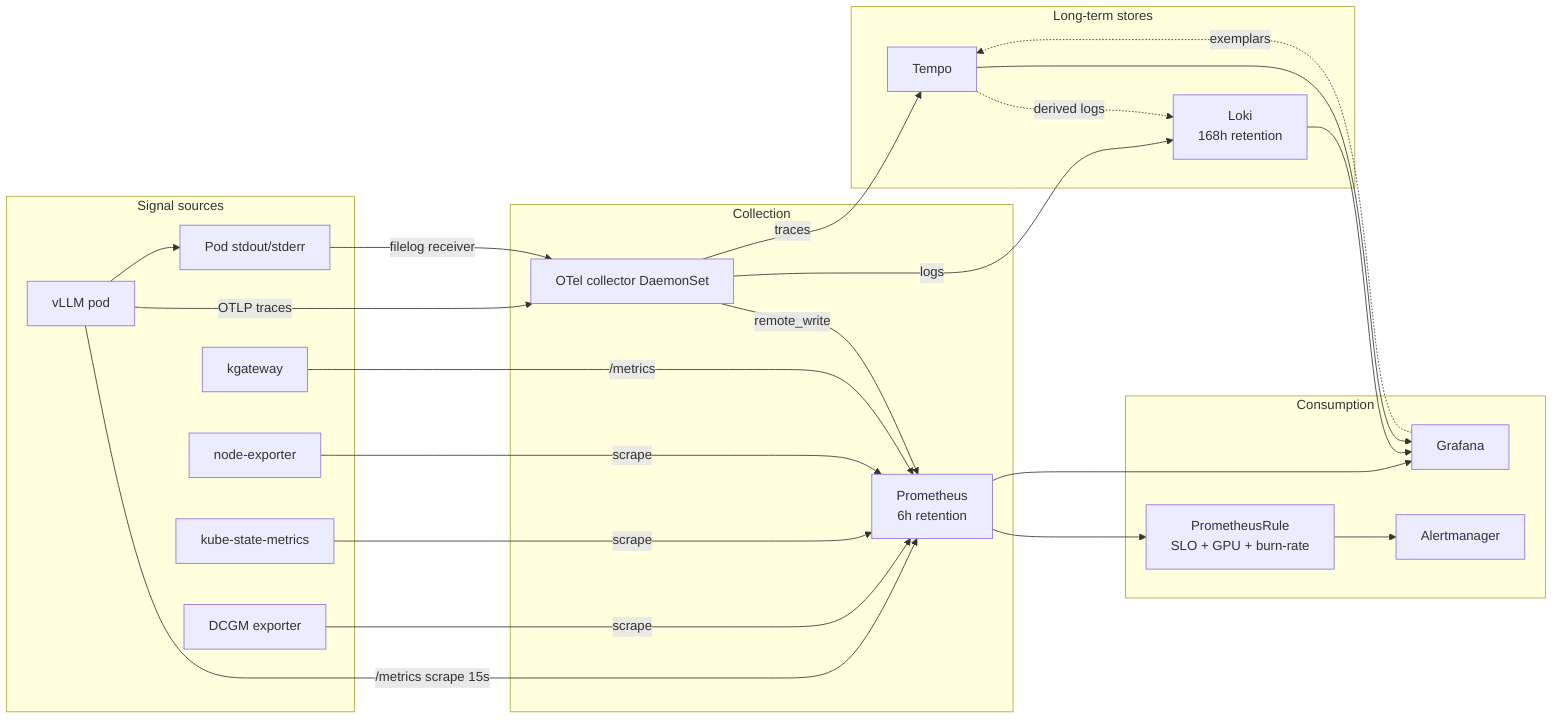
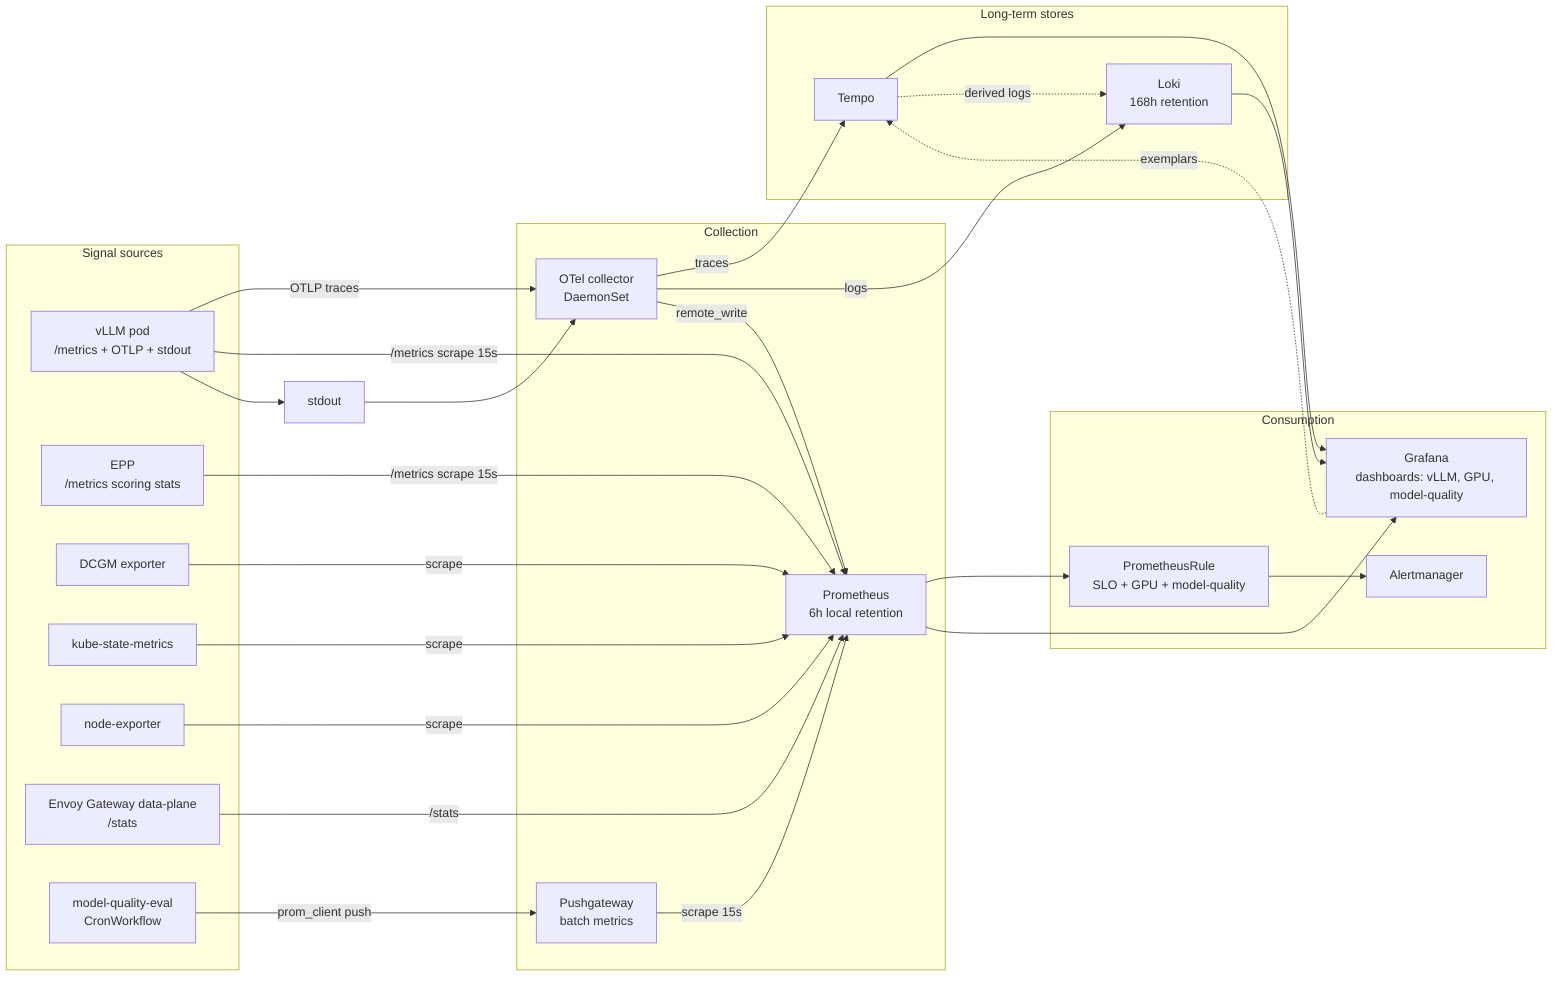
flowchart LR
  subgraph sources[Signal sources]
-     vllm[vLLM pod]
+     vllm[vLLM pod<br/>/metrics + OTLP + stdout]
+     epp[EPP<br/>/metrics scoring stats]
    dcgm[DCGM exporter]
    ksm[kube-state-metrics]
    ne[node-exporter]
-     kgw[kgateway]
-     stdout[Pod stdout/stderr]
+     egdp[Envoy Gateway data-plane<br/>/stats]
+     eval[model-quality-eval<br/>CronWorkflow]
  end

  subgraph collect[Collection]
-     otel[OTel collector DaemonSet]
-     prom[Prometheus<br/>6h retention]
+     otel[OTel collector<br/>DaemonSet]
+     pushgw[Pushgateway<br/>batch metrics]
+     prom[Prometheus<br/>6h local retention]
  end

  subgraph store[Long-term stores]
    loki[Loki<br/>168h retention]
    tempo[Tempo]
  end

  subgraph consume[Consumption]
-     graf[Grafana]
+     graf[Grafana<br/>dashboards: vLLM, GPU, model-quality]
    am[Alertmanager]
-     rules[PrometheusRule<br/>SLO + GPU + burn-rate]
+     rules[PrometheusRule<br/>SLO + GPU + model-quality]
  end

  vllm -->|OTLP traces| otel
  vllm -->|/metrics scrape 15s| prom
-   vllm --> stdout
+   vllm --> stdout[stdout] --> otel
+   epp -->|/metrics scrape 15s| prom
  dcgm -->|scrape| prom
  ksm -->|scrape| prom
  ne -->|scrape| prom
-   kgw -->|/metrics| prom
-   stdout -->|filelog receiver| otel
+   egdp -->|/stats| prom
+   eval -->|prom_client push| pushgw
+   pushgw -->|scrape 15s| prom

  otel -->|traces| tempo
  otel -->|logs| loki
  otel -->|remote_write| prom

  prom --> rules
  rules --> am
  prom --> graf
  loki --> graf
  tempo --> graf

  graf -.exemplars.-> tempo
  tempo -.derived logs.-> loki
